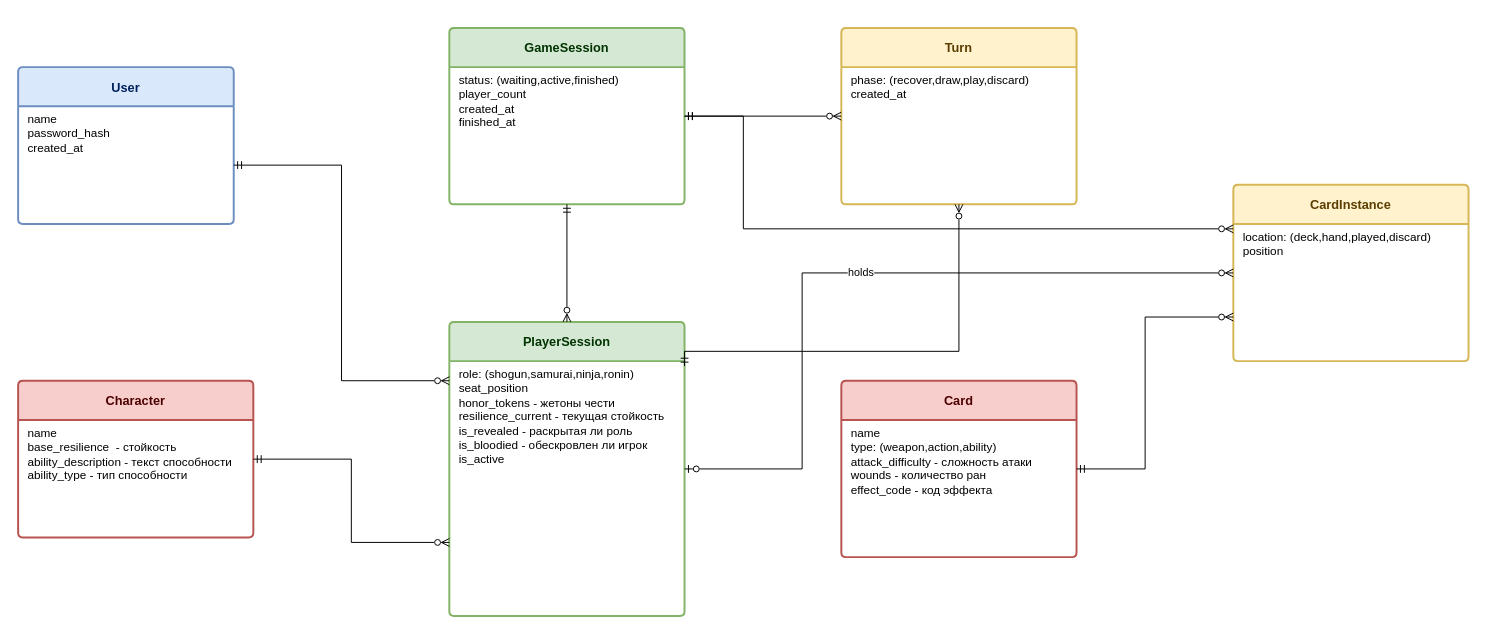
Above: page "Bang-SamuraiSword-DB" (1 of 2) of Меч_самурая_er.drawio in Tor4narek/SamuraiSword (draw.io), before the change. Source tidied: cells renumbered, new cells numbered last; positions are measured from the earlier drawing's top-left corner, leaving out a move shared by most shapes. Both pictures are drawn from the tidied source at 98%, with x=0, y=0 at pixel (18, 27).
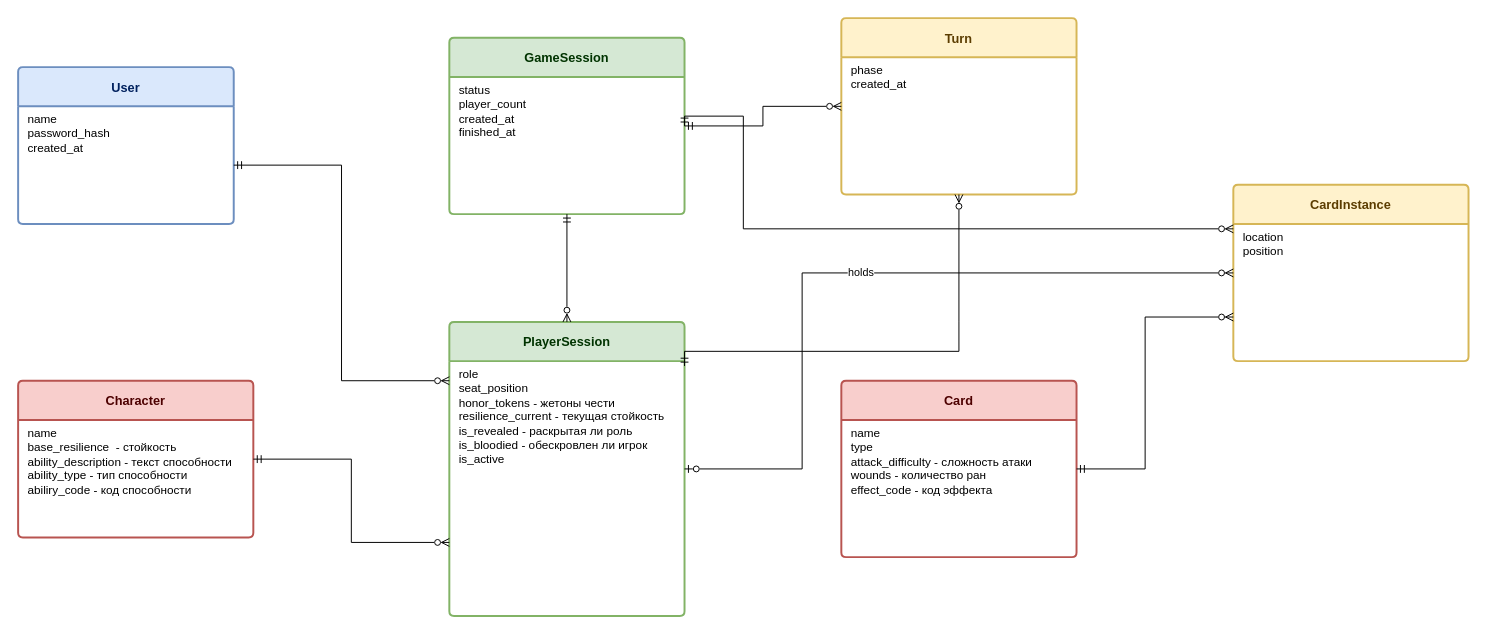
Above is the later version.

The change refers to these unchanged cells:
```xml
<mxCell id="6" value="PlayerSession" style="swimlane;horizontal=1;startSize=40;rounded=1;fontSize=13;fontStyle=1;strokeWidth=2;arcSize=4;fillColor=#d5e8d4;strokeColor=#82b366;fontColor=#003300;" parent="1" vertex="1">
  <mxGeometry x="440" y="300" width="240" height="300" as="geometry" />
</mxCell>
<mxCell id="10" value="Character" style="swimlane;horizontal=1;startSize=40;rounded=1;fontSize=13;fontStyle=1;strokeWidth=2;arcSize=4;fillColor=#f8cecc;strokeColor=#b85450;fontColor=#4d0000;" parent="1" vertex="1">
  <mxGeometry y="360" width="240" height="160" as="geometry" />
</mxCell>
<mxCell id="12" value="Card" style="swimlane;horizontal=1;startSize=40;rounded=1;fontSize=13;fontStyle=1;strokeWidth=2;arcSize=4;fillColor=#f8cecc;strokeColor=#b85450;fontColor=#4d0000;" parent="1" vertex="1">
  <mxGeometry x="840" y="360" width="240" height="180" as="geometry" />
</mxCell>
<mxCell id="14" value="CardInstance" style="swimlane;horizontal=1;startSize=40;rounded=1;fontSize=13;fontStyle=1;strokeWidth=2;arcSize=4;fillColor=#fff2cc;strokeColor=#d6b656;fontColor=#5c3d00;" parent="1" vertex="1">
  <mxGeometry x="1240" y="160" width="240" height="180" as="geometry" />
</mxCell>
```

Change to the diagram source:
```diff
@@
     <mxCell id="4" value="GameSession" style="swimlane;horizontal=1;startSize=40;rounded=1;fontSize=13;fontStyle=1;strokeWidth=2;arcSize=4;fillColor=#d5e8d4;strokeColor=#82b366;fontColor=#003300;" parent="1" vertex="1">
-      <mxGeometry x="440" width="240" height="180" as="geometry" />
+      <mxGeometry x="440" y="10" width="240" height="180" as="geometry" />
     </mxCell>
-    <mxCell id="5" value="status: (waiting,active,finished)&lt;br&gt;player_count&lt;br&gt;created_at&lt;br&gt;finished_at" style="align=left;strokeColor=none;fillColor=none;spacingLeft=8;fontSize=12;verticalAlign=top;html=1;whiteSpace=wrap;" parent="4" vertex="1">
+    <mxCell id="5" value="status&lt;br&gt;player_count&lt;br&gt;created_at&lt;br&gt;finished_at" style="align=left;strokeColor=none;fillColor=none;spacingLeft=8;fontSize=12;verticalAlign=top;html=1;whiteSpace=wrap;" parent="4" vertex="1">
       <mxGeometry y="40" width="240" height="140" as="geometry" />
     </mxCell>
@@
-    <mxCell id="7" value="role: (shogun,samurai,ninja,ronin)&lt;br&gt;seat_position&lt;br&gt;honor_tokens - жетоны чести&lt;br&gt;resilience_current - текущая стойкость&lt;br&gt;is_revealed - раскрытая ли роль&lt;br&gt;is_bloodied - обескровлен ли игрок&lt;div&gt;is_active&lt;/div&gt;" style="align=left;strokeColor=none;fillColor=none;spacingLeft=8;fontSize=12;verticalAlign=top;html=1;whiteSpace=wrap;" parent="6" vertex="1">
+    <mxCell id="7" value="role&lt;div&gt;seat_position&lt;br&gt;honor_tokens - жетоны чести&lt;br&gt;resilience_current - текущая стойкость&lt;br&gt;is_revealed - раскрытая ли роль&lt;br&gt;is_bloodied - обескровлен ли игрок&lt;div&gt;is_active&lt;/div&gt;&lt;/div&gt;" style="align=left;strokeColor=none;fillColor=none;spacingLeft=8;fontSize=12;verticalAlign=top;html=1;whiteSpace=wrap;" parent="6" vertex="1">
       <mxGeometry y="40" width="240" height="260" as="geometry" />
     </mxCell>
     <mxCell id="8" value="Turn" style="swimlane;horizontal=1;startSize=40;rounded=1;fontSize=13;fontStyle=1;strokeWidth=2;arcSize=4;fillColor=#fff2cc;strokeColor=#d6b656;fontColor=#5c3d00;" parent="1" vertex="1">
-      <mxGeometry x="840" width="240" height="180" as="geometry" />
+      <mxGeometry x="840" y="-10" width="240" height="180" as="geometry" />
     </mxCell>
-    <mxCell id="9" value="phase: (recover,draw,play,discard)&lt;br&gt;created_at" style="align=left;strokeColor=none;fillColor=none;spacingLeft=8;fontSize=12;verticalAlign=top;html=1;whiteSpace=wrap;" parent="8" vertex="1">
+    <mxCell id="9" value="phase&lt;br&gt;created_at" style="align=left;strokeColor=none;fillColor=none;spacingLeft=8;fontSize=12;verticalAlign=top;html=1;whiteSpace=wrap;" parent="8" vertex="1">
       <mxGeometry y="40" width="240" height="140" as="geometry" />
     </mxCell>
@@
-    <mxCell id="11" value="name&lt;br&gt;base_resilience&amp;nbsp; - стойкость&lt;br&gt;ability_description - текст способности&lt;br&gt;ability_type - тип способности" style="align=left;strokeColor=none;fillColor=none;spacingLeft=8;fontSize=12;verticalAlign=top;html=1;whiteSpace=wrap;" parent="10" vertex="1">
+    <mxCell id="11" value="name&lt;br&gt;base_resilience&amp;nbsp; - стойкость&lt;br&gt;ability_description - текст способности&lt;br&gt;ability_type - тип способности&lt;div&gt;abiliry_code - код способности&lt;/div&gt;" style="align=left;strokeColor=none;fillColor=none;spacingLeft=8;fontSize=12;verticalAlign=top;html=1;whiteSpace=wrap;" parent="10" vertex="1">
       <mxGeometry y="40" width="240" height="120" as="geometry" />
     </mxCell>
@@
-    <mxCell id="13" value="name&lt;br&gt;type: (weapon,action,ability)&lt;br&gt;attack_difficulty - сложность атаки&lt;br&gt;wounds - количество ран&lt;br&gt;effect_code - код эффекта" style="align=left;strokeColor=none;fillColor=none;spacingLeft=8;fontSize=12;verticalAlign=top;html=1;whiteSpace=wrap;" parent="12" vertex="1">
+    <mxCell id="13" value="name&lt;br&gt;type&lt;br&gt;attack_difficulty - сложность атаки&lt;br&gt;wounds - количество ран&lt;br&gt;effect_code - код эффекта" style="align=left;strokeColor=none;fillColor=none;spacingLeft=8;fontSize=12;verticalAlign=top;html=1;whiteSpace=wrap;" parent="12" vertex="1">
       <mxGeometry y="40" width="240" height="140" as="geometry" />
     </mxCell>
@@
-    <mxCell id="15" value="location: (deck,hand,played,discard)&lt;br&gt;position" style="align=left;strokeColor=none;fillColor=none;spacingLeft=8;fontSize=12;verticalAlign=top;html=1;whiteSpace=wrap;" parent="14" vertex="1">
+    <mxCell id="15" value="location&lt;br&gt;position" style="align=left;strokeColor=none;fillColor=none;spacingLeft=8;fontSize=12;verticalAlign=top;html=1;whiteSpace=wrap;" parent="14" vertex="1">
       <mxGeometry y="40" width="240" height="140" as="geometry" />
     </mxCell>
```
